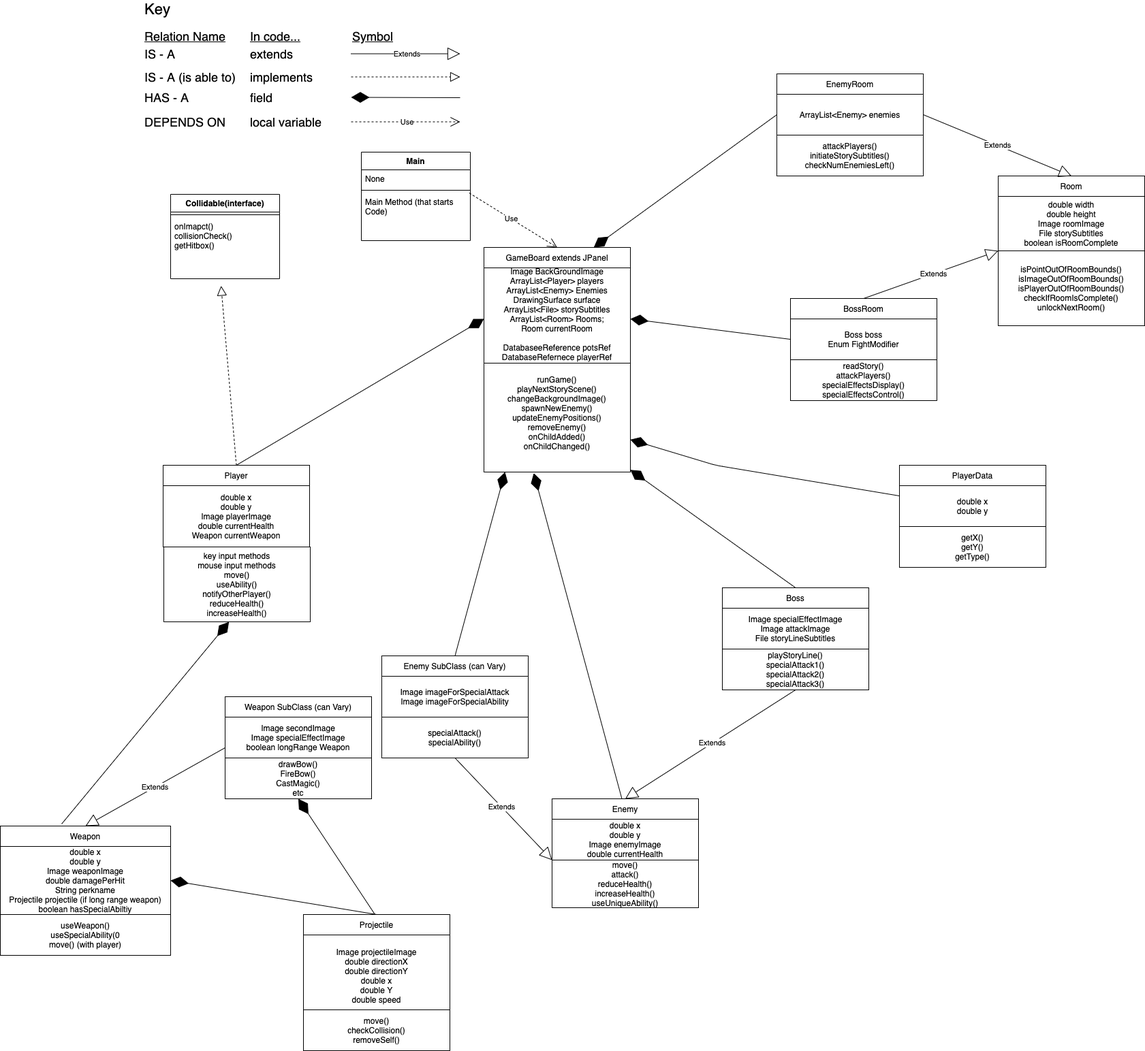
Above: doc/SK Final Project UML.png in HHSAPCompSci2020/capstone-project-group-12-ks (draw.io), before the change. Source tidied: cells renumbered, new cells last; positions are measured from the earlier drawing's top-left corner, leaving out a move shared by most shapes.
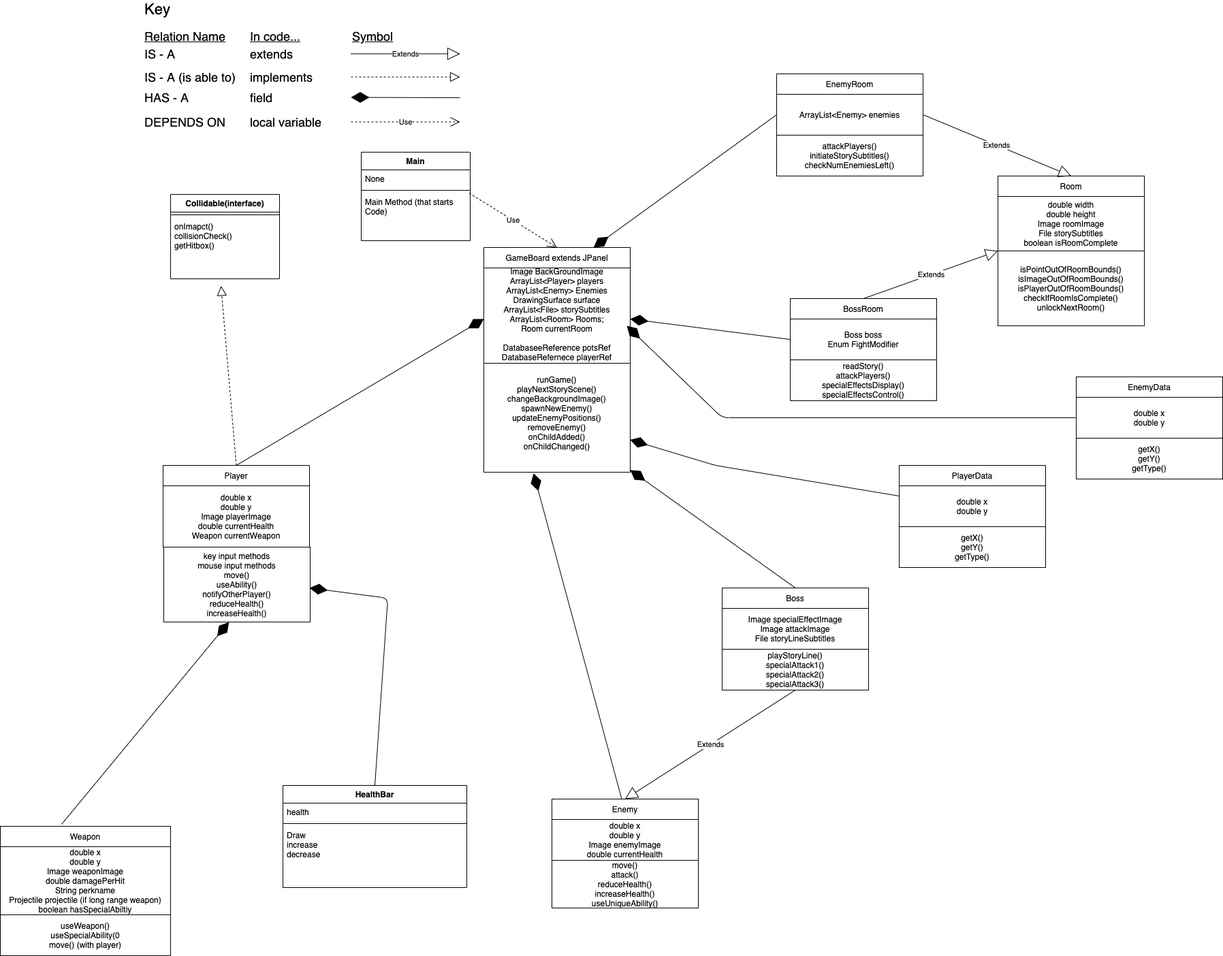
The same file after the commit.

Diff of the diagram source:
```diff
@@ -122,7 +122,7 @@
     <mxCell id="37" value="PlayerData" style="rounded=0;whiteSpace=wrap;html=1;" parent="1" vertex="1">
       <mxGeometry x="1320" y="680" width="215" height="30" as="geometry" />
     </mxCell>
-    <mxCell id="38" value="double x&lt;br&gt;double y" style="rounded=0;whiteSpace=wrap;html=1;" parent="1" vertex="1">
+    <mxCell id="38" value="double x&lt;br&gt;double y&lt;br&gt;" style="rounded=0;whiteSpace=wrap;html=1;" parent="1" vertex="1">
       <mxGeometry x="1320" y="710" width="215" height="60" as="geometry" />
     </mxCell>
     <mxCell id="39" value="getX()&lt;br&gt;getY()&lt;br&gt;getType()" style="rounded=0;whiteSpace=wrap;html=1;" parent="1" vertex="1">
@@ -189,50 +189,6 @@
     <mxCell id="58" style="endArrow=diamondThin;endFill=1;endSize=24;html=1;entryX=1;entryY=0.5;entryDx=0;entryDy=0;exitX=0;exitY=0.5;exitDx=0;exitDy=0;" parent="1" edge="1" source="53" target="23">
       <mxGeometry relative="1" as="geometry" />
     </mxCell>
-    <mxCell id="59" value="Enemy SubClass (can Vary)" style="rounded=0;whiteSpace=wrap;html=1;" parent="1" vertex="1">
-      <mxGeometry x="560" y="960" width="215" height="30" as="geometry" />
-    </mxCell>
-    <mxCell id="60" value="Image imageForSpecialAttack&lt;br&gt;Image imageForSpecialAbility" style="rounded=0;whiteSpace=wrap;html=1;" parent="1" vertex="1">
-      <mxGeometry x="560" y="990" width="215" height="60" as="geometry" />
-    </mxCell>
-    <mxCell id="61" value="specialAttack()&lt;br&gt;specialAbility()&lt;br&gt;" style="rounded=0;whiteSpace=wrap;html=1;" parent="1" vertex="1">
-      <mxGeometry x="560" y="1050" width="215" height="60" as="geometry" />
-    </mxCell>
-    <mxCell id="62" value="Extends" style="endArrow=block;endSize=16;endFill=0;html=1;exitX=0.5;exitY=1;exitDx=0;exitDy=0;entryX=0;entryY=0;entryDx=0;entryDy=0;" parent="1" edge="1" source="61" target="30">
-      <mxGeometry relative="1" as="geometry" />
-    </mxCell>
-    <mxCell id="63" style="endArrow=diamondThin;endFill=1;endSize=24;html=1;exitX=0.5;exitY=0;exitDx=0;exitDy=0;entryX=0.144;entryY=1;entryDx=0;entryDy=0;entryPerimeter=0;" parent="1" edge="1" source="59" target="24">
-      <mxGeometry relative="1" as="geometry" />
-    </mxCell>
-    <mxCell id="64" value="Projectile" style="rounded=0;whiteSpace=wrap;html=1;" parent="1" vertex="1">
-      <mxGeometry x="445" y="1340" width="215" height="30" as="geometry" />
-    </mxCell>
-    <mxCell id="65" value="Image projectileImage&lt;br&gt;double directionX&lt;br&gt;double directionY&lt;br&gt;double x&lt;br&gt;double Y&lt;br&gt;double speed" style="rounded=0;whiteSpace=wrap;html=1;" parent="1" vertex="1">
-      <mxGeometry x="445" y="1370" width="215" height="120" as="geometry" />
-    </mxCell>
-    <mxCell id="66" value="move()&lt;br&gt;checkCollision()&lt;br&gt;removeSelf()" style="rounded=0;whiteSpace=wrap;html=1;" parent="1" vertex="1">
-      <mxGeometry x="445" y="1480" width="215" height="60" as="geometry" />
-    </mxCell>
-    <mxCell id="67" style="endArrow=diamondThin;endFill=1;endSize=24;html=1;entryX=1;entryY=0.5;entryDx=0;entryDy=0;exitX=0.5;exitY=0;exitDx=0;exitDy=0;" parent="1" edge="1" source="64" target="32">
-      <mxGeometry relative="1" as="geometry" />
-    </mxCell>
-    <mxCell id="68" value="Weapon SubClass (can Vary)" style="rounded=0;whiteSpace=wrap;html=1;" parent="1" vertex="1">
-      <mxGeometry x="330" y="1020" width="215" height="30" as="geometry" />
-    </mxCell>
-    <mxCell id="69" value="Image secondImage&lt;br&gt;Image specialEffectImage&lt;br&gt;boolean longRange Weapon&lt;br&gt;" style="rounded=0;whiteSpace=wrap;html=1;" parent="1" vertex="1">
-      <mxGeometry x="330" y="1050" width="215" height="60" as="geometry" />
-    </mxCell>
-    <mxCell id="70" value="drawBow()&lt;br&gt;FireBow()&lt;br&gt;CastMagic()&lt;br&gt;etc" style="rounded=0;whiteSpace=wrap;html=1;" parent="1" vertex="1">
-      <mxGeometry x="330" y="1110" width="215" height="60" as="geometry" />
-    </mxCell>
-    <mxCell id="71" value="Extends" style="endArrow=block;endSize=16;endFill=0;html=1;entryX=0.5;entryY=0;entryDx=0;entryDy=0;exitX=0;exitY=0.75;exitDx=0;exitDy=0;" parent="1" edge="1" source="69" target="31">
-      <mxGeometry relative="1" as="geometry" />
-    </mxCell>
-    <mxCell id="72" style="endArrow=diamondThin;endFill=1;endSize=24;html=1;entryX=0.5;entryY=1;entryDx=0;entryDy=0;" parent="1" edge="1" target="70">
-      <mxGeometry relative="1" as="geometry">
-        <mxPoint x="550" y="1340" as="sourcePoint" />
-      </mxGeometry>
-    </mxCell>
     <mxCell id="73" style="endArrow=diamondThin;endFill=1;endSize=24;html=1;exitX=0;exitY=0.25;exitDx=0;exitDy=0;" parent="1" edge="1" source="38" target="24">
       <mxGeometry relative="1" as="geometry">
         <Array as="points">
@@ -252,5 +208,42 @@
     <mxCell id="77" style="endArrow=block;dashed=1;endFill=0;endSize=12;html=1;exitX=0.5;exitY=0;exitDx=0;exitDy=0;entryX=0.463;entryY=1.115;entryDx=0;entryDy=0;entryPerimeter=0;" parent="1" edge="1" source="25" target="76">
       <mxGeometry relative="1" as="geometry" />
     </mxCell>
+    <mxCell id="78" value="EnemyData" style="rounded=0;whiteSpace=wrap;html=1;" parent="1" vertex="1">
+      <mxGeometry x="1580" y="550" width="215" height="30" as="geometry" />
+    </mxCell>
+    <mxCell id="79" value="double x&lt;br&gt;double y&lt;br&gt;" style="rounded=0;whiteSpace=wrap;html=1;" parent="1" vertex="1">
+      <mxGeometry x="1580" y="580" width="215" height="60" as="geometry" />
+    </mxCell>
+    <mxCell id="80" value="getX()&lt;br&gt;getY()&lt;br&gt;getType()" style="rounded=0;whiteSpace=wrap;html=1;" parent="1" vertex="1">
+      <mxGeometry x="1580" y="640" width="215" height="60" as="geometry" />
+    </mxCell>
+    <mxCell id="81" style="endArrow=diamondThin;endFill=1;endSize=24;html=1;exitX=0;exitY=0.5;exitDx=0;exitDy=0;" parent="1" edge="1" source="79">
+      <mxGeometry relative="1" as="geometry">
+        <mxPoint x="920" y="475" as="targetPoint" />
+        <Array as="points">
+          <mxPoint x="1060" y="610" />
+        </Array>
+      </mxGeometry>
+    </mxCell>
+    <mxCell id="82" value="HealthBar" style="swimlane;fontStyle=1;align=center;verticalAlign=top;horizontal=1;startSize=26;" parent="1" vertex="1">
+      <mxGeometry x="415" y="1150" width="270" height="150" as="geometry" />
+    </mxCell>
+    <mxCell id="83" value="health" style="text;strokeColor=none;fillColor=none;align=left;verticalAlign=top;spacingLeft=4;spacingRight=4;overflow=hidden;" parent="82" vertex="1">
+      <mxGeometry y="26" width="270" height="26" as="geometry" />
+    </mxCell>
+    <mxCell id="84" style="line;strokeWidth=1;fillColor=none;align=left;verticalAlign=middle;spacingTop=-1;spacingLeft=3;spacingRight=3;labelPosition=right;" parent="82" vertex="1">
+      <mxGeometry y="52" width="270" height="8" as="geometry" />
+    </mxCell>
+    <mxCell id="85" value="Draw&#10;increase&#10;decrease" style="text;strokeColor=none;fillColor=none;align=left;verticalAlign=top;spacingLeft=4;spacingRight=4;overflow=hidden;" parent="82" vertex="1">
+      <mxGeometry y="60" width="270" height="90" as="geometry" />
+    </mxCell>
+    <mxCell id="86" style="endArrow=diamondThin;endFill=1;endSize=24;html=1;entryX=1;entryY=0.5;entryDx=0;entryDy=0;exitX=0.5;exitY=0;exitDx=0;exitDy=0;" parent="1" edge="1" source="82">
+      <mxGeometry relative="1" as="geometry">
+        <mxPoint x="454" y="860" as="targetPoint" />
+        <Array as="points">
+          <mxPoint x="569" y="875" />
+        </Array>
+      </mxGeometry>
+    </mxCell>
   </root>
 </mxGraphModel>
```
